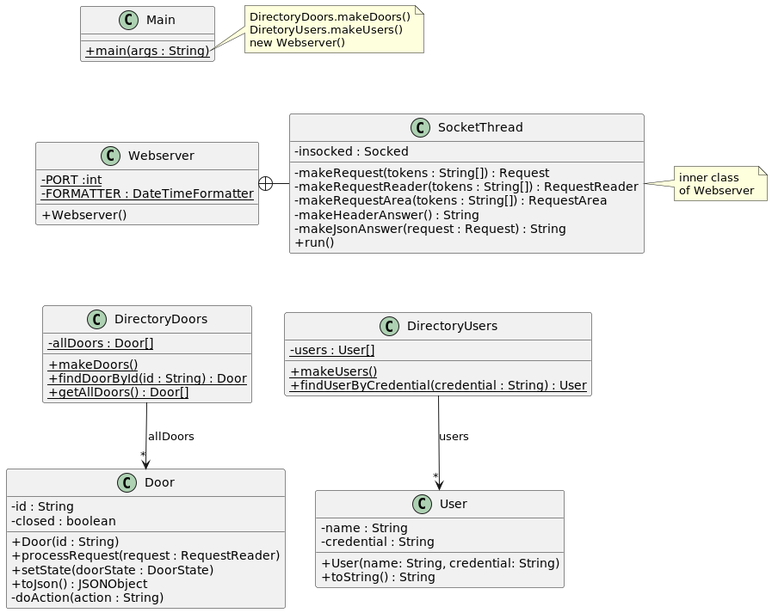
This is src/baseNoStates/uml/base_no_states.png from davidal15/Projecte-DS, a PlantUML export, as it was before one commit. Its diagram source:
```plantuml
@startuml
skinparam classAttributeIconSize 0

class Webserver {
- {static} PORT :int
- {static} FORMATTER : DateTimeFormatter
+ Webserver()
}

class SocketThread {
- insocked : Socked
- makeRequest(tokens : String[]) : Request
- makeRequestReader(tokens : String[]) : RequestReader
- makeRequestArea(tokens : String[]) : RequestArea
- makeHeaderAnswer() : String
- makeJsonAnswer(request : Request) : String
+ run()
}

Webserver +-right- SocketThread

note right of SocketThread
inner class
of Webserver
end note

class DirectoryDoors {
- {static} allDoors : Door[]
+ {static} makeDoors()
+ {static} findDoorById(id : String) : Door
+ {static} getAllDoors() : Door[]
}

DirectoryDoors --> "*" Door : "allDoors"

class DirectoryUsers {
- {static} users : User[]
+ {static} makeUsers()
+ {static} findUserByCredential(credential : String) : User
}

DirectoryUsers --> "*" User : "users"

class Door {
- id : String
- closed : boolean
+ Door(id : String)
+ processRequest(request : RequestReader)
+ setState(doorState : DoorState)
+ toJson() : JSONObject
- doAction(action : String)
}


class User {
- name : String
- credential : String
+ User(name: String, credential: String)
+ toString() : String
}


class Main {
+ {static} main(args : String)
}

note right of Main::main
DirectoryDoors.makeDoors()
DiretoryUsers.makeUsers()
new Webserver()
end note

Main -[hidden]down- Webserver
Webserver -[hidden]down- DirectoryDoors
DirectoryDoors -[hidden]right- DirectoryUsers
@enduml
```
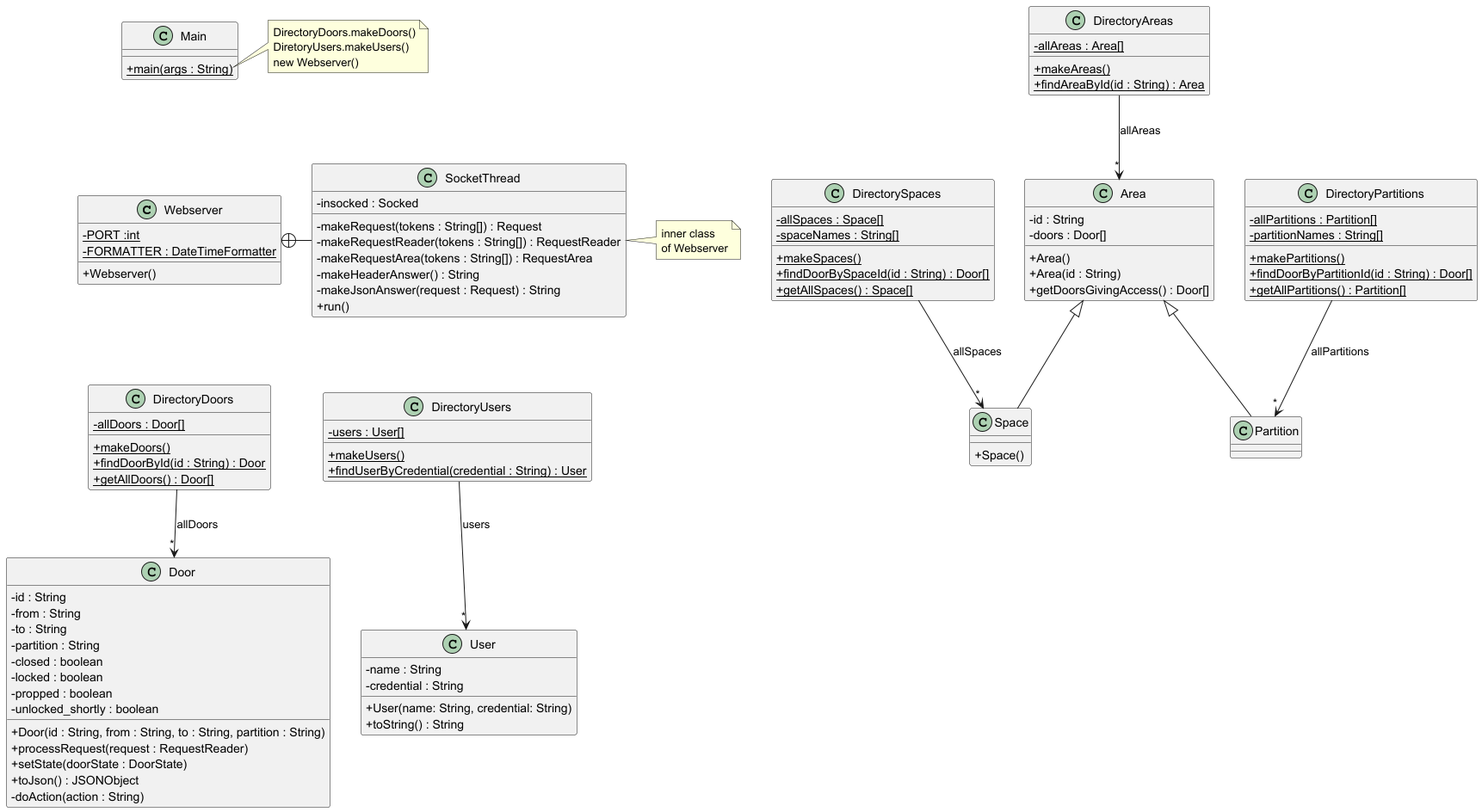
After the commit.

Commit message:
1.6.1 baseNoStates UML updated

The edit, as a diff of the source:
```diff
@@ -41,10 +41,46 @@
 
 DirectoryUsers --> "*" User : "users"
 
+class DirectorySpaces {
+-{static} allSpaces : Space[]
+-{static} spaceNames : String[]
++{static} makeSpaces()
++{static} findDoorBySpaceId(id : String) : Door[]
++{static} getAllSpaces() : Space[]
+}
+
+DirectorySpaces --> "*" Space : "allSpaces"
+
+class DirectoryPartitions {
+-{static} allPartitions : Partition[]
+-{static} partitionNames : String[]
++{static} makePartitions()
++{static} findDoorByPartitionId(id : String) : Door[]
++{static} getAllPartitions() : Partition[]
+}
+
+DirectoryPartitions --> "*" Partition : "allPartitions"
+
+class DirectoryAreas {
+- {static} allAreas : Area[]
++ {static} makeAreas()
++ {static} findAreaById(id : String) : Area
+
+}
+
+DirectoryAreas --> "*" Area : "allAreas"
+
+
 class Door {
 - id : String
+- from : String
+- to : String
+- partition : String
 - closed : boolean
-+ Door(id : String)
+- locked : boolean
+- propped : boolean
+- unlocked_shortly : boolean
++ Door(id : String, from : String, to : String, partition : String)
 + processRequest(request : RequestReader)
 + setState(doorState : DoorState)
 + toJson() : JSONObject
@@ -59,6 +95,23 @@
 + toString() : String
 }
 
+class Space {
++ Space()
+}
+
+class Partition {
+}
+
+class Area {
+- id : String
+- doors : Door[]
++ Area()
++ Area(id : String)
++ getDoorsGivingAccess() : Door[]
+}
+
+Area <|-- Space
+Area <|-- Partition
 
 class Main {
 + {static} main(args : String)
```
